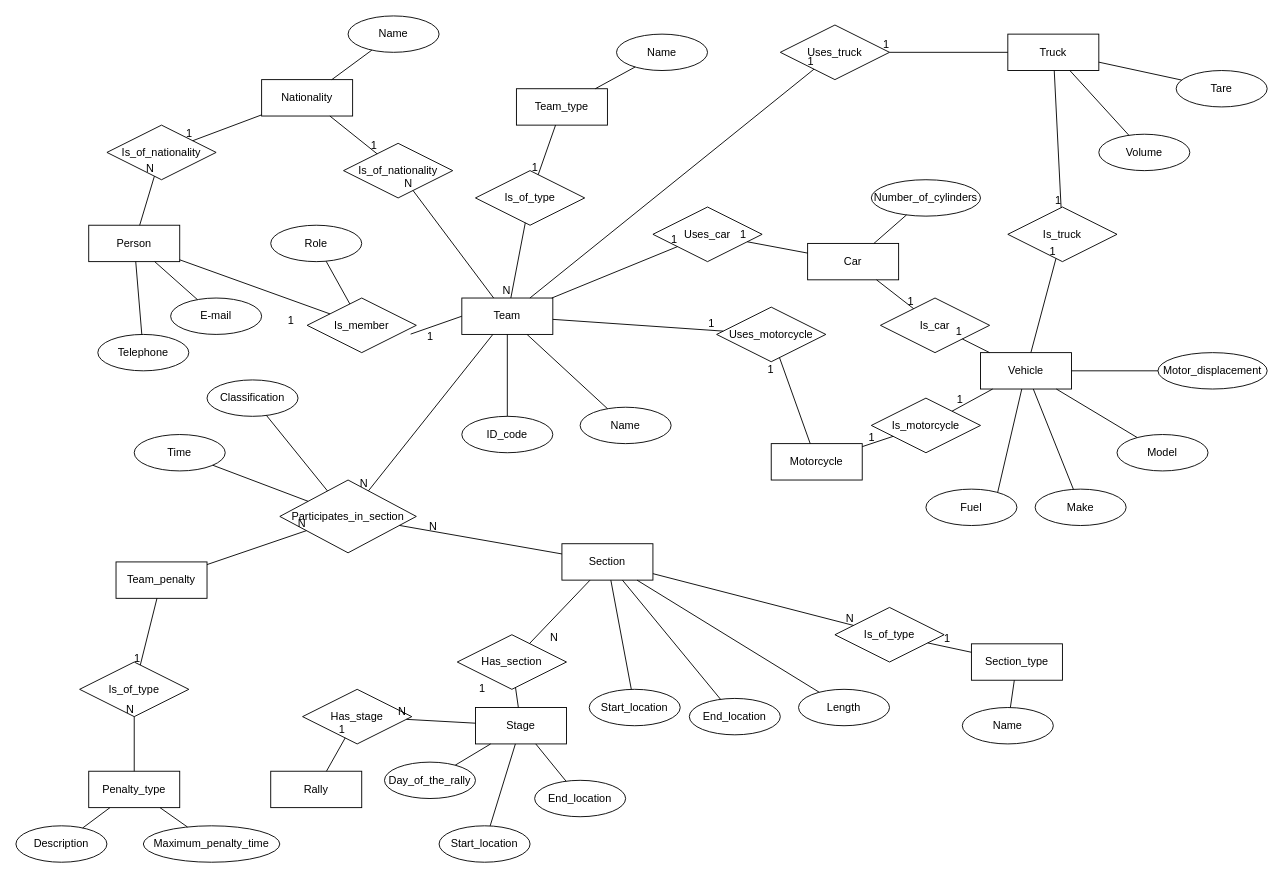
DanyKrk/ISEP_BDDAD_M1 keeps this draw.io diagram as M1_ER_diagram.drawio. Above is the earlier version. Source tidied: cells renumbered, new cells numbered last; positions are measured from the earlier drawing's top-left corner, leaving out a move shared by most shapes. Both pictures are drawn from the tidied source at 91%, with x=0, y=0 at pixel (15, 15).
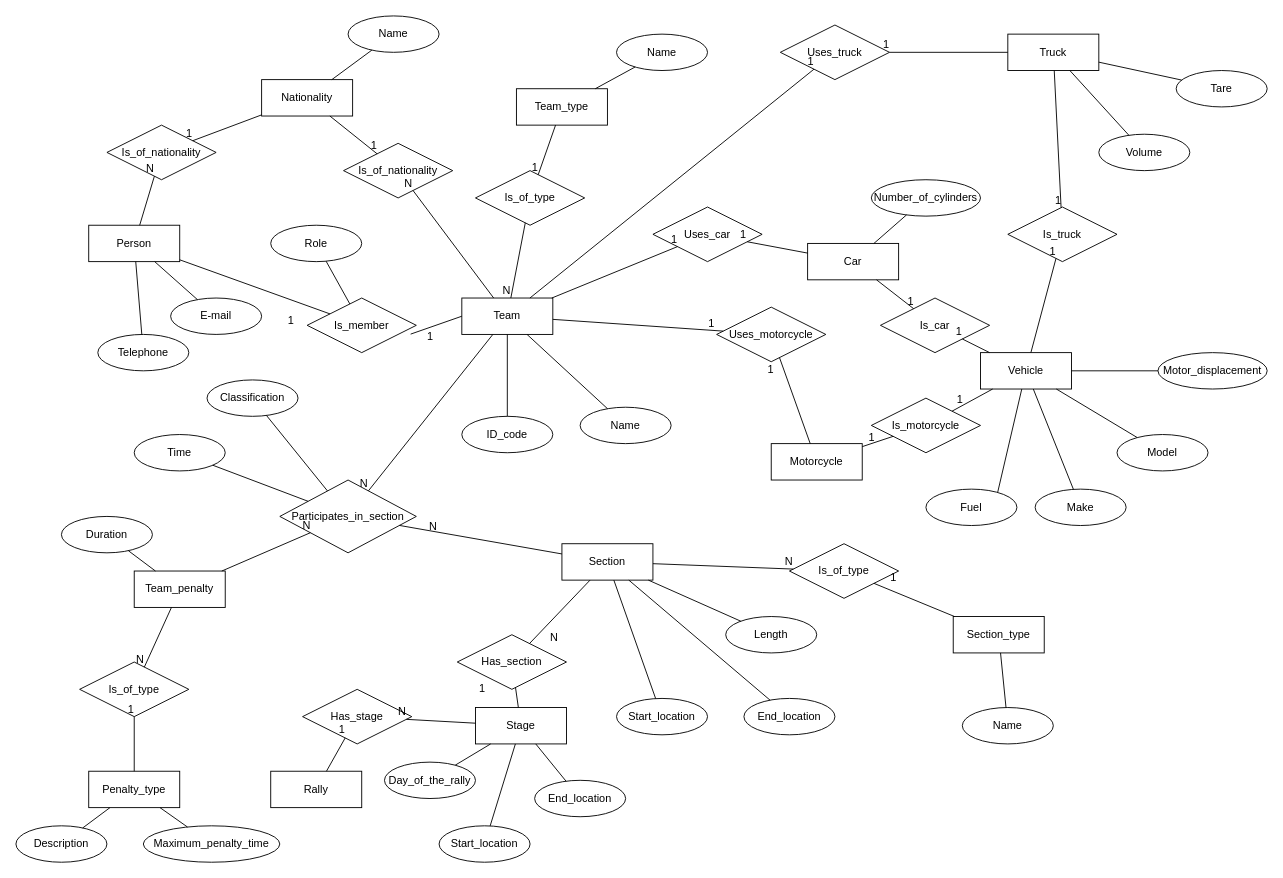
Above is the later version.

Commit message:
Change team penalty

Unchanged cells that the change refers to:
```xml
<mxCell id="103" value="Penalty_type" style="whiteSpace=wrap;html=1;align=center;" parent="1" vertex="1">
  <mxGeometry x="80" y="830" width="100" height="40" as="geometry" />
</mxCell>
<mxCell id="113" value="Is_of_type" style="shape=rhombus;perimeter=rhombusPerimeter;whiteSpace=wrap;html=1;align=center;" parent="1" vertex="1">
  <mxGeometry x="70" y="710" width="120" height="60" as="geometry" />
</mxCell>
```

The edit, as a diff of the source:
```diff
@@
     <mxCell id="74" value="Section_type" style="whiteSpace=wrap;html=1;align=center;" parent="1" vertex="1">
-      <mxGeometry x="1050" y="690" width="100" height="40" as="geometry" />
+      <mxGeometry x="1030" y="660" width="100" height="40" as="geometry" />
     </mxCell>
@@
     <mxCell id="77" value="Is_of_type" style="shape=rhombus;perimeter=rhombusPerimeter;whiteSpace=wrap;html=1;align=center;" parent="1" vertex="1">
-      <mxGeometry x="900" y="650" width="120" height="60" as="geometry" />
+      <mxGeometry x="850" y="580" width="120" height="60" as="geometry" />
     </mxCell>
@@
     <mxCell id="82" value="Length" style="ellipse;whiteSpace=wrap;html=1;align=center;" parent="1" vertex="1">
-      <mxGeometry x="860" y="740" width="100" height="40" as="geometry" />
+      <mxGeometry x="780" y="660" width="100" height="40" as="geometry" />
     </mxCell>
@@
     <mxCell id="84" value="Start_location" style="ellipse;whiteSpace=wrap;html=1;align=center;" parent="1" vertex="1">
-      <mxGeometry x="630" y="740" width="100" height="40" as="geometry" />
+      <mxGeometry x="660" y="750" width="100" height="40" as="geometry" />
     </mxCell>
     <mxCell id="85" value="End_location" style="ellipse;whiteSpace=wrap;html=1;align=center;" parent="1" vertex="1">
-      <mxGeometry x="740" y="750" width="100" height="40" as="geometry" />
+      <mxGeometry x="800" y="750" width="100" height="40" as="geometry" />
     </mxCell>
@@
     <mxCell id="112" value="Team_penalty" style="whiteSpace=wrap;html=1;align=center;" parent="1" vertex="1">
-      <mxGeometry x="110" y="600" width="100" height="40" as="geometry" />
+      <mxGeometry x="130" y="610" width="100" height="40" as="geometry" />
     </mxCell>
@@
-    <mxCell id="114" style="endArrow=none;html=1;rounded=0;" parent="1" edge="1" source="112" target="113">
-      <mxGeometry relative="1" as="geometry" />
-    </mxCell>
-    <mxCell id="115" value="1" style="html=1;align=right;verticalAlign=bottom;" parent="114" vertex="1">
-      <mxGeometry x="1" relative="1" as="geometry" />
-    </mxCell>
-    <mxCell id="116" style="endArrow=none;html=1;rounded=0;" parent="1" edge="1" source="103" target="113">
-      <mxGeometry relative="1" as="geometry" />
-    </mxCell>
-    <mxCell id="117" value="N" style="html=1;align=right;verticalAlign=bottom;" parent="116" vertex="1">
-      <mxGeometry x="1" relative="1" as="geometry" />
-    </mxCell>
@@
+    <mxCell id="143" value="Duration" style="ellipse;whiteSpace=wrap;html=1;align=center;" parent="1" vertex="1">
+      <mxGeometry x="50" y="550" width="100" height="40" as="geometry" />
+    </mxCell>
+    <mxCell id="144" style="endArrow=none;html=1;rounded=0;" parent="1" edge="1" source="112" target="143">
+      <mxGeometry relative="1" as="geometry" />
+    </mxCell>
+    <mxCell id="116" style="endArrow=none;html=1;rounded=0;" parent="1" edge="1" source="103" target="113">
+      <mxGeometry relative="1" as="geometry" />
+    </mxCell>
+    <mxCell id="115" value="1" style="html=1;align=right;verticalAlign=bottom;" parent="116" vertex="1">
+      <mxGeometry x="1" relative="1" as="geometry" />
+    </mxCell>
+    <mxCell id="114" style="endArrow=none;html=1;rounded=0;" parent="1" edge="1" source="112" target="113">
+      <mxGeometry relative="1" as="geometry" />
+    </mxCell>
+    <mxCell id="117" value="N" style="html=1;align=right;verticalAlign=bottom;" parent="114" vertex="1">
+      <mxGeometry x="1" relative="1" as="geometry" />
+    </mxCell>
```
